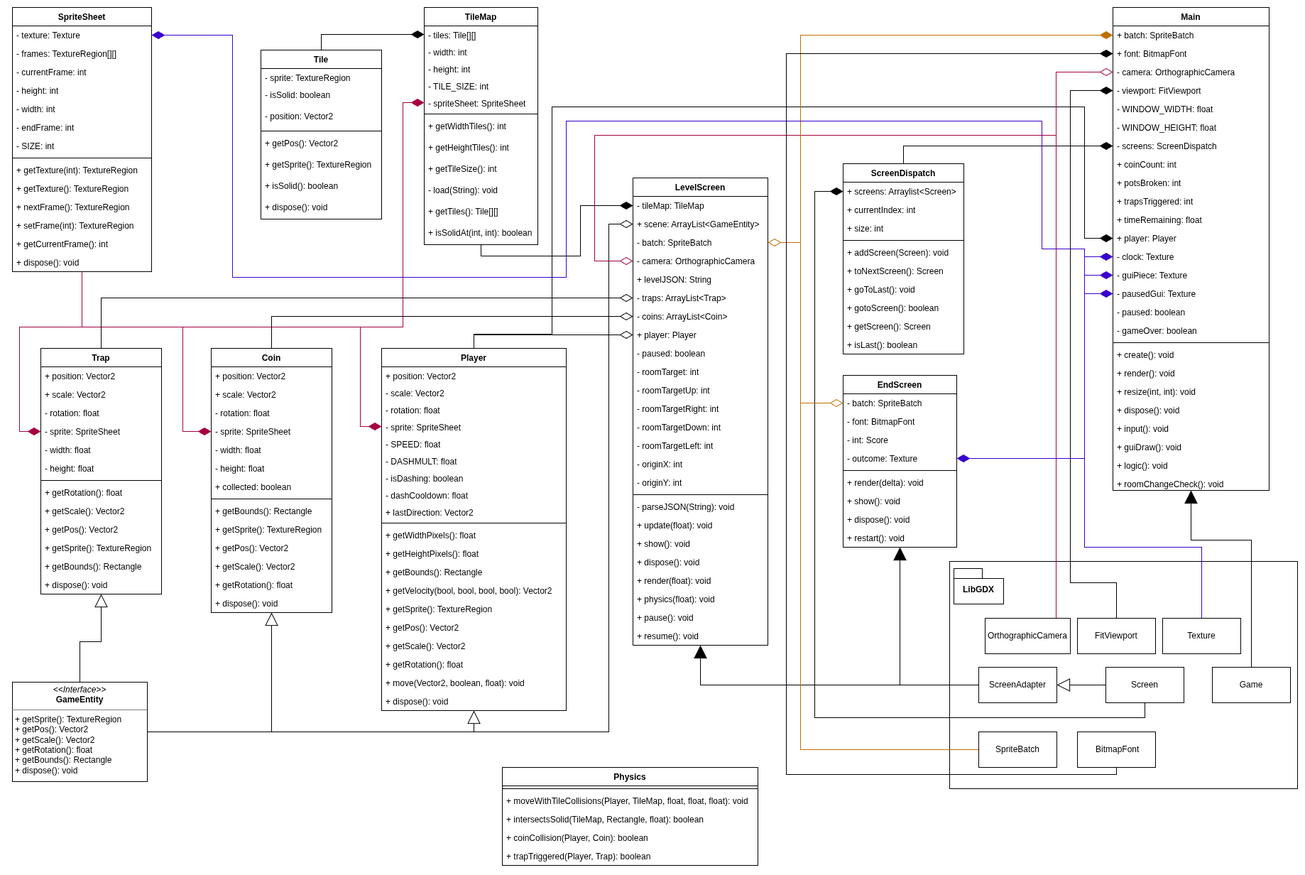
The draw.io diagram WebsiteImages/classDiagramCurrent.png in PossiblyMaybe/eng1team11game, before a commit. Source tidied: cells renumbered, new cells last; positions are measured from the earlier drawing's top-left corner, leaving out a move shared by most shapes.
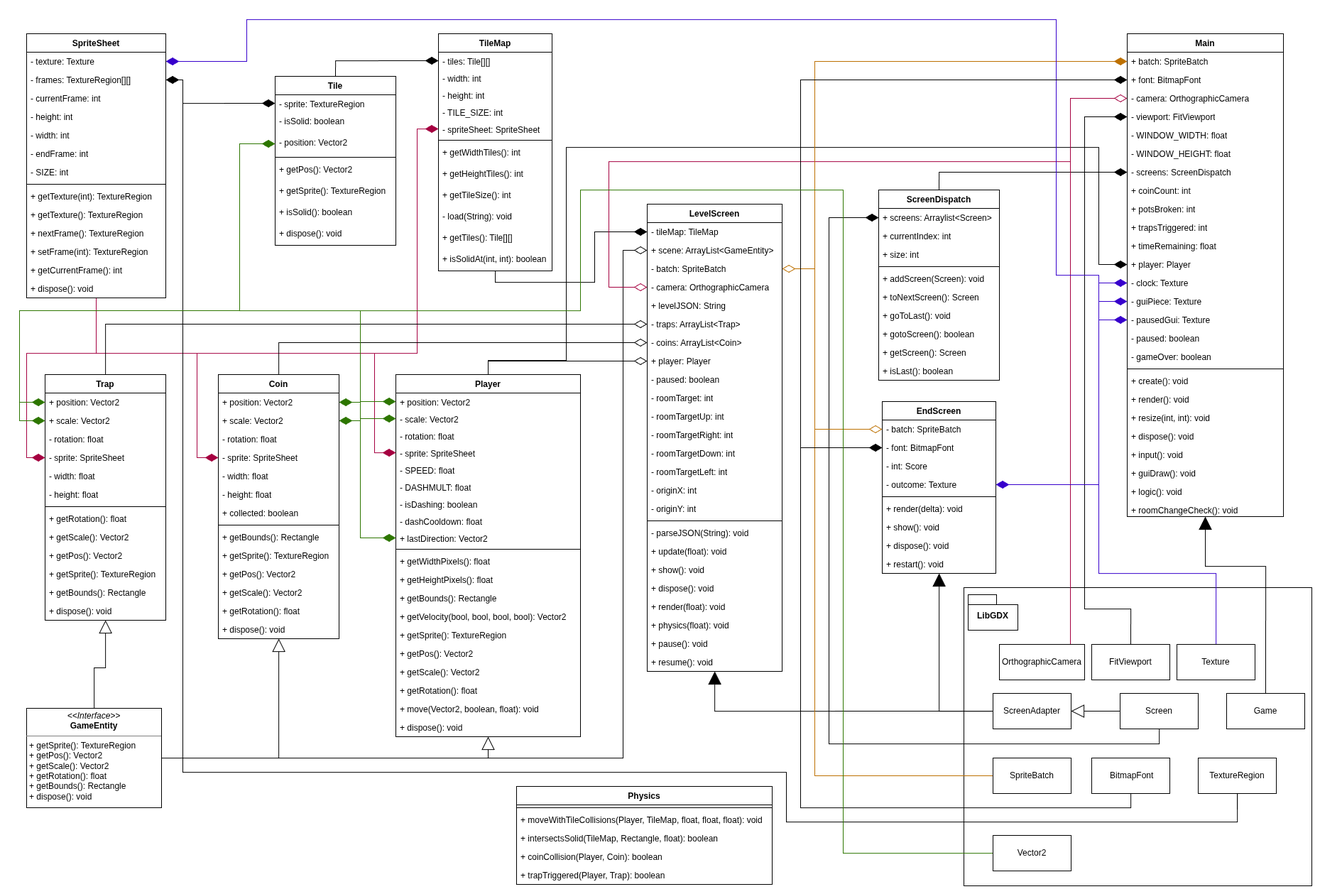
Above is the later version.

The edit, as a diff of the source:
```diff
@@ -3,7 +3,7 @@
     <mxCell id="0" />
     <mxCell id="1" parent="0" />
     <mxCell id="2" style="rounded=0;whiteSpace=wrap;html=1;fillColor=none;" parent="1" vertex="1">
-      <mxGeometry x="1320" y="780" width="490" height="320" as="geometry" />
+      <mxGeometry x="1320" y="780" width="490" height="420" as="geometry" />
     </mxCell>
     <mxCell id="3" style="edgeStyle=orthogonalEdgeStyle;rounded=0;jettySize=auto;html=1;endSize=16;endArrow=block;endFill=0;" parent="1" edge="1" source="7" target="173">
       <mxGeometry relative="1" as="geometry" />
@@ -41,8 +41,8 @@
         <Array as="points">
           <mxPoint x="650" y="460" />
           <mxPoint x="760" y="460" />
-          <mxPoint x="760" y="140" />
-          <mxPoint x="1510" y="140" />
+          <mxPoint x="760" y="160" />
+          <mxPoint x="1510" y="160" />
           <mxPoint x="1510" y="325" />
         </Array>
       </mxGeometry>
@@ -274,7 +274,11 @@
       </mxGeometry>
     </mxCell>
     <mxCell id="82" style="edgeStyle=orthogonalEdgeStyle;rounded=0;jettySize=auto;html=1;endArrow=block;endFill=1;endSize=16;" parent="1" edge="1" source="83" target="187">
-      <mxGeometry relative="1" as="geometry" />
+      <mxGeometry relative="1" as="geometry">
+        <Array as="points">
+          <mxPoint x="1285" y="954" />
+        </Array>
+      </mxGeometry>
     </mxCell>
     <mxCell id="83" value="ScreenAdapter" style="html=1;whiteSpace=wrap;" parent="1" vertex="1">
       <mxGeometry x="1361" y="929" width="110" height="50" as="geometry" />
@@ -283,7 +287,7 @@
       <mxGeometry relative="1" as="geometry" />
     </mxCell>
     <mxCell id="85" value="ScreenDispatch" style="swimlane;fontStyle=1;align=center;verticalAlign=top;horizontal=1;startSize=26;whiteSpace=wrap;html=1;" parent="1" vertex="1">
-      <mxGeometry x="1170" y="220" width="170" height="268" as="geometry" />
+      <mxGeometry x="1200" y="220" width="170" height="268" as="geometry" />
     </mxCell>
     <mxCell id="86" value="+ screens: Arraylist&amp;lt;Screen&amp;gt;" style="text;strokeColor=none;fillColor=none;align=left;verticalAlign=top;spacingLeft=4;spacingRight=4;overflow=hidden;points=[[0,0.5],[1,0.5]];portConstraint=eastwest;whiteSpace=wrap;html=1;" parent="85" vertex="1">
       <mxGeometry y="26" width="170" height="26" as="geometry" />
@@ -319,8 +323,8 @@
       <mxGeometry relative="1" as="geometry">
         <Array as="points">
           <mxPoint x="98" y="450" />
-          <mxPoint x="10" y="450" />
-          <mxPoint x="10" y="597" />
+          <mxPoint y="450" />
+          <mxPoint y="597" />
         </Array>
       </mxGeometry>
     </mxCell>
@@ -397,7 +401,7 @@
       <mxGeometry y="346" width="196" height="26" as="geometry" />
     </mxCell>
     <mxCell id="115" value="Physics" style="swimlane;fontStyle=1;align=center;verticalAlign=top;horizontal=1;startSize=26;whiteSpace=wrap;html=1;" parent="1" vertex="1">
-      <mxGeometry x="690" y="1070" width="360" height="138" as="geometry" />
+      <mxGeometry x="690" y="1060" width="360" height="138" as="geometry" />
     </mxCell>
     <mxCell id="116" style="line;strokeWidth=1;fillColor=none;align=left;verticalAlign=middle;spacingTop=-1;spacingLeft=3;spacingRight=3;labelPosition=right;strokeColor=inherit;" parent="115" vertex="1">
       <mxGeometry y="26" width="360" height="8" as="geometry" />
@@ -510,7 +514,7 @@
       <mxGeometry relative="1" as="geometry" />
     </mxCell>
     <mxCell id="151" value="Coin" style="swimlane;fontStyle=1;align=center;verticalAlign=top;horizontal=1;startSize=26;whiteSpace=wrap;html=1;" parent="1" vertex="1">
-      <mxGeometry x="280" y="480" width="170" height="372" as="geometry" />
+      <mxGeometry x="270" y="480" width="170" height="372" as="geometry" />
     </mxCell>
     <mxCell id="152" value="+ position: Vector2" style="text;strokeColor=none;fillColor=none;align=left;verticalAlign=top;spacingLeft=4;spacingRight=4;overflow=hidden;points=[[0,0.5],[1,0.5]];portConstraint=eastwest;whiteSpace=wrap;html=1;" parent="151" vertex="1">
       <mxGeometry y="26" width="170" height="26" as="geometry" />
@@ -594,7 +598,7 @@
       <mxGeometry relative="1" as="geometry" />
     </mxCell>
     <mxCell id="173" value="Trap" style="swimlane;fontStyle=1;align=center;verticalAlign=top;horizontal=1;startSize=26;whiteSpace=wrap;html=1;" parent="1" vertex="1">
-      <mxGeometry x="40" y="480" width="170" height="346" as="geometry" />
+      <mxGeometry x="26" y="480" width="170" height="346" as="geometry" />
     </mxCell>
     <mxCell id="174" value="+ position: Vector2" style="text;strokeColor=none;fillColor=none;align=left;verticalAlign=top;spacingLeft=4;spacingRight=4;overflow=hidden;points=[[0,0.5],[1,0.5]];portConstraint=eastwest;whiteSpace=wrap;html=1;" parent="173" vertex="1">
       <mxGeometry y="26" width="170" height="26" as="geometry" />
@@ -636,7 +640,7 @@
       <mxGeometry y="320" width="170" height="26" as="geometry" />
     </mxCell>
     <mxCell id="187" value="EndScreen" style="swimlane;fontStyle=1;align=center;verticalAlign=top;horizontal=1;startSize=26;whiteSpace=wrap;html=1;" parent="1" vertex="1">
-      <mxGeometry x="1170" y="518" width="160" height="242" as="geometry" />
+      <mxGeometry x="1205" y="518" width="160" height="242" as="geometry" />
     </mxCell>
     <mxCell id="188" value="- batch: SpriteBatch" style="text;strokeColor=none;fillColor=none;align=left;verticalAlign=top;spacingLeft=4;spacingRight=4;overflow=hidden;points=[[0,0.5],[1,0.5]];portConstraint=eastwest;whiteSpace=wrap;html=1;" parent="187" vertex="1">
       <mxGeometry y="26" width="160" height="26" as="geometry" />
@@ -750,10 +754,8 @@
           <mxPoint x="1510" y="760" />
           <mxPoint x="1510" y="340" />
           <mxPoint x="1450" y="340" />
-          <mxPoint x="1450" y="160" />
-          <mxPoint x="780" y="160" />
-          <mxPoint x="780" y="380" />
-          <mxPoint x="310" y="380" />
+          <mxPoint x="1450" y="-20" />
+          <mxPoint x="310" y="-20" />
           <mxPoint x="310" y="39" />
         </Array>
       </mxGeometry>
@@ -764,14 +766,122 @@
     <mxCell id="210" style="edgeStyle=orthogonalEdgeStyle;rounded=0;jettySize=auto;html=1;entryX=0;entryY=0.5;entryDx=0;entryDy=0;endArrow=diamondThin;endFill=1;endSize=16;" parent="1" edge="1" source="211" target="123">
       <mxGeometry relative="1" as="geometry">
         <Array as="points">
-          <mxPoint x="1555" y="1080" />
-          <mxPoint x="1090" y="1080" />
+          <mxPoint x="1555" y="1090" />
+          <mxPoint x="1090" y="1090" />
           <mxPoint x="1090" y="65" />
         </Array>
       </mxGeometry>
     </mxCell>
+    <mxCell id="212" style="edgeStyle=orthogonalEdgeStyle;rounded=0;jettySize=auto;html=1;entryX=0;entryY=0.5;entryDx=0;entryDy=0;endArrow=diamondThin;endFill=1;endSize=16;" parent="1" edge="1" source="211" target="189">
+      <mxGeometry relative="1" as="geometry">
+        <Array as="points">
+          <mxPoint x="1555" y="1090" />
+          <mxPoint x="1090" y="1090" />
+          <mxPoint x="1090" y="583" />
+        </Array>
+      </mxGeometry>
+    </mxCell>
     <mxCell id="211" value="&amp;nbsp;BitmapFont" style="html=1;whiteSpace=wrap;" parent="1" vertex="1">
       <mxGeometry x="1500" y="1020" width="110" height="50" as="geometry" />
     </mxCell>
+    <mxCell id="213" style="edgeStyle=orthogonalEdgeStyle;rounded=0;jettySize=auto;html=1;entryX=0;entryY=0.5;entryDx=0;entryDy=0;endSize=16;endArrow=diamondThin;endFill=1;" parent="1" edge="1" source="215" target="33">
+      <mxGeometry relative="1" as="geometry">
+        <Array as="points">
+          <mxPoint x="1705" y="1110" />
+          <mxPoint x="1070" y="1110" />
+          <mxPoint x="1070" y="1040" />
+          <mxPoint x="220" y="1040" />
+          <mxPoint x="220" y="98" />
+        </Array>
+      </mxGeometry>
+    </mxCell>
+    <mxCell id="214" style="edgeStyle=orthogonalEdgeStyle;rounded=0;jettySize=auto;html=1;entryX=1;entryY=0.5;entryDx=0;entryDy=0;endSize=16;endArrow=diamondThin;endFill=1;exitX=0.5;exitY=1;exitDx=0;exitDy=0;" parent="1" edge="1" source="215" target="102">
+      <mxGeometry relative="1" as="geometry">
+        <Array as="points">
+          <mxPoint x="1705" y="1110" />
+          <mxPoint x="1070" y="1110" />
+          <mxPoint x="1070" y="1040" />
+          <mxPoint x="220" y="1040" />
+          <mxPoint x="220" y="65" />
+        </Array>
+      </mxGeometry>
+    </mxCell>
+    <mxCell id="215" value="TextureRegion" style="html=1;whiteSpace=wrap;" parent="1" vertex="1">
+      <mxGeometry x="1650" y="1020" width="110" height="50" as="geometry" />
+    </mxCell>
+    <mxCell id="216" style="edgeStyle=orthogonalEdgeStyle;rounded=0;jettySize=auto;html=1;entryX=0;entryY=0.5;entryDx=0;entryDy=0;endSize=16;endArrow=diamondThin;endFill=1;fillColor=#60a917;strokeColor=#2D7600;" parent="1" edge="1" source="217" target="35">
+      <mxGeometry relative="1" as="geometry">
+        <Array as="points">
+          <mxPoint x="1150" y="1154" />
+          <mxPoint x="1150" y="220" />
+          <mxPoint x="780" y="220" />
+          <mxPoint x="780" y="390" />
+          <mxPoint x="300" y="390" />
+          <mxPoint x="300" y="155" />
+        </Array>
+      </mxGeometry>
+    </mxCell>
+    <mxCell id="217" value="Vector2" style="html=1;whiteSpace=wrap;" parent="1" vertex="1">
+      <mxGeometry x="1361" y="1129" width="110" height="50" as="geometry" />
+    </mxCell>
+    <mxCell id="218" style="endArrow=none;html=1;rounded=0;exitX=0;exitY=0.5;exitDx=0;exitDy=0;fillColor=#60a917;strokeColor=#2D7600;endFill=0;startArrow=diamondThin;startFill=1;endSize=16;startSize=16;" parent="1" edge="1" source="11">
+      <mxGeometry relative="1" as="geometry">
+        <mxPoint x="470" y="390" as="targetPoint" />
+        <Array as="points">
+          <mxPoint x="470" y="518" />
+        </Array>
+      </mxGeometry>
+    </mxCell>
+    <mxCell id="219" style="endArrow=none;html=1;rounded=0;fillColor=#60a917;strokeColor=#2D7600;endFill=0;startArrow=diamondThin;startFill=1;endSize=16;startSize=16;exitX=0;exitY=0.5;exitDx=0;exitDy=0;" parent="1" edge="1" source="174">
+      <mxGeometry relative="1" as="geometry">
+        <mxPoint x="300" y="390" as="targetPoint" />
+        <Array as="points">
+          <mxPoint x="-10" y="519" />
+          <mxPoint x="-10" y="390" />
+        </Array>
+      </mxGeometry>
+    </mxCell>
+    <mxCell id="220" style="endArrow=none;html=1;rounded=0;exitX=1;exitY=0.5;exitDx=0;exitDy=0;fillColor=#60a917;strokeColor=#2D7600;endFill=0;startArrow=diamondThin;startFill=1;endSize=16;startSize=16;" parent="1" edge="1" source="152">
+      <mxGeometry relative="1" as="geometry">
+        <mxPoint x="470" y="400" as="targetPoint" />
+        <Array as="points">
+          <mxPoint x="470" y="519" />
+        </Array>
+      </mxGeometry>
+    </mxCell>
+    <mxCell id="221" style="endArrow=none;html=1;rounded=0;exitX=0;exitY=0.5;exitDx=0;exitDy=0;fillColor=#60a917;strokeColor=#2D7600;endFill=0;startArrow=diamondThin;startFill=1;endSize=16;startSize=16;" parent="1" edge="1" source="12">
+      <mxGeometry relative="1" as="geometry">
+        <mxPoint x="470" y="410" as="targetPoint" />
+        <Array as="points">
+          <mxPoint x="470" y="542" />
+        </Array>
+      </mxGeometry>
+    </mxCell>
+    <mxCell id="222" style="endArrow=none;html=1;rounded=0;exitX=1;exitY=0.5;exitDx=0;exitDy=0;fillColor=#60a917;strokeColor=#2D7600;endFill=0;startArrow=diamondThin;startFill=1;endSize=16;startSize=16;" parent="1" edge="1" source="153">
+      <mxGeometry relative="1" as="geometry">
+        <mxPoint x="470" y="425" as="targetPoint" />
+        <Array as="points">
+          <mxPoint x="470" y="545" />
+        </Array>
+      </mxGeometry>
+    </mxCell>
+    <mxCell id="223" style="endArrow=none;html=1;rounded=0;exitX=0;exitY=0.5;exitDx=0;exitDy=0;fillColor=#60a917;strokeColor=#2D7600;endFill=0;startArrow=diamondThin;startFill=1;endSize=16;startSize=16;" parent="1" edge="1" source="175">
+      <mxGeometry relative="1" as="geometry">
+        <mxPoint x="-10" y="417" as="targetPoint" />
+        <Array as="points">
+          <mxPoint x="-10" y="545" />
+          <mxPoint x="-10" y="520" />
+          <mxPoint x="-10" y="417" />
+        </Array>
+      </mxGeometry>
+    </mxCell>
+    <mxCell id="224" style="endArrow=none;html=1;rounded=0;exitX=0;exitY=0.5;exitDx=0;exitDy=0;fillColor=#60a917;strokeColor=#2D7600;endFill=0;startArrow=diamondThin;startFill=1;endSize=16;startSize=16;" parent="1" edge="1" source="19">
+      <mxGeometry relative="1" as="geometry">
+        <mxPoint x="470" y="530" as="targetPoint" />
+        <Array as="points">
+          <mxPoint x="470" y="710" />
+        </Array>
+      </mxGeometry>
+    </mxCell>
   </root>
 </mxGraphModel>
```
